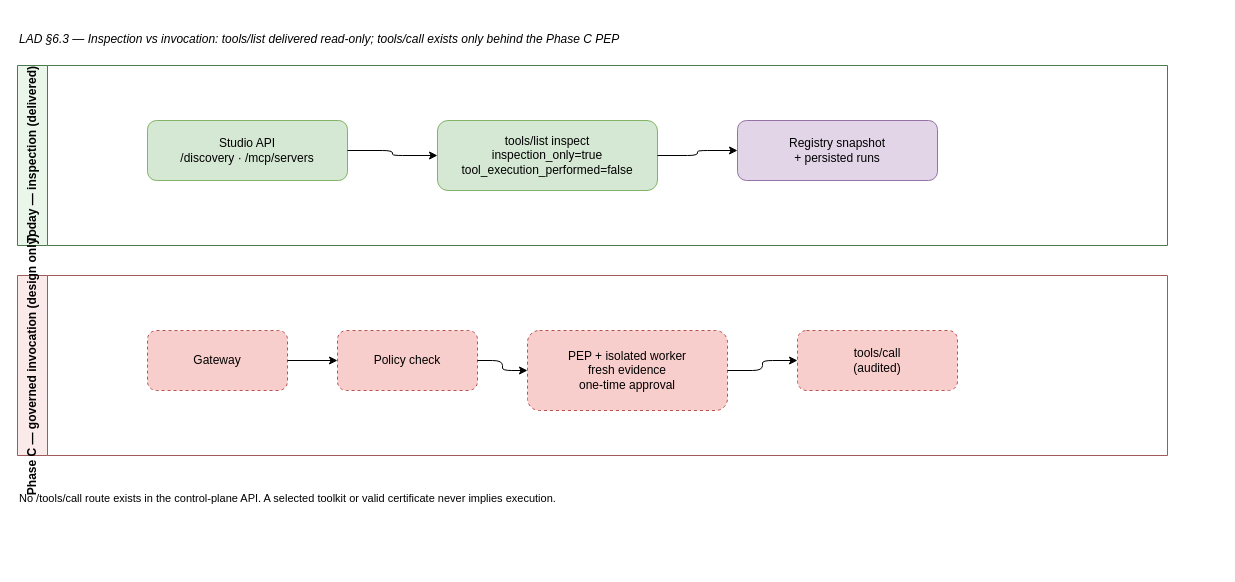
The draw.io diagram page "LAD-04-Inspect-vs-Invoke" (4 of 7) of docs/archi/taas-lad.drawio in msellamiTN/taas-provenance-discovery, before the edit. Source tidied: cells renumbered, new cells numbered last; positions are measured from the earlier drawing's top-left corner, leaving out a move shared by most shapes. Both pictures are drawn from the tidied source at 100%, with x=0, y=0 at pixel (17, 25).
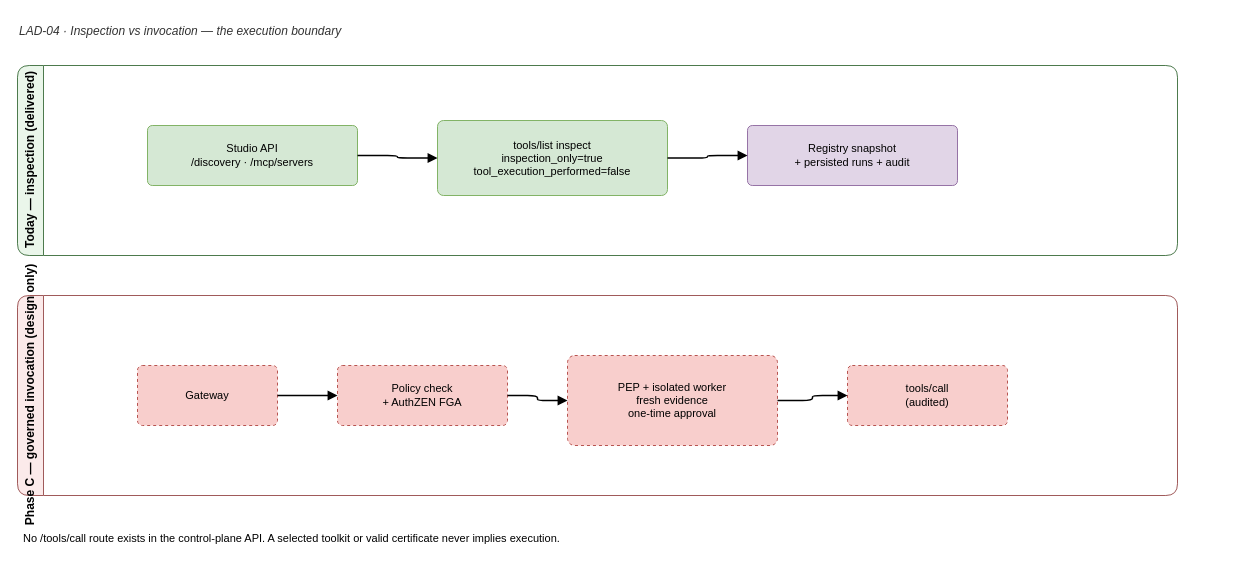
The same page after the edit.

The edit, as a diff of the source:
```diff
@@
 <mxGraphModel>
   <root>
     <mxCell id="0" />
     <mxCell id="1" parent="0" />
-    <mxCell id="2" value="LAD §6.3 — Inspection vs invocation: tools/list delivered read-only; tools/call exists only behind the Phase C PEP" style="text;html=1;fontSize=12;fontStyle=2;" parent="1" vertex="1">
-      <mxGeometry width="1000" height="24" as="geometry" />
-    </mxCell>
+    <mxCell id="18" value="LAD-04 · Inspection vs invocation — the execution boundary" style="text;html=1;fontSize=12;fontStyle=2;fontColor=#333333;" parent="1" vertex="1">
+      <mxGeometry y="-8" width="1200" height="26" as="geometry" />
+    </mxCell>
-    <mxCell id="3" value="Today — inspection (delivered)" style="swimlane;horizontal=0;startSize=30;html=1;fillColor=#eaf6ea;strokeColor=#4d7a4d;fontSize=12;" parent="1" vertex="1">
-      <mxGeometry y="40" width="1150" height="180" as="geometry" />
+    <mxCell id="3" value="Today — inspection (delivered)" style="swimlane;startSize=26;html=1;fontSize=12;fontStyle=1;fillColor=#eaf6ea;strokeColor=#4d7a4d;rounded=1;horizontal=0;" parent="1" vertex="1">
+      <mxGeometry y="40" width="1160" height="190" as="geometry" />
     </mxCell>
-    <mxCell id="4" value="Studio API&lt;br&gt;/discovery · /mcp/servers" style="rounded=1;whiteSpace=wrap;html=1;fillColor=#d5e8d4;strokeColor=#82b366;" parent="3" vertex="1">
-      <mxGeometry x="130" y="55" width="200" height="60" as="geometry" />
+    <mxCell id="4" value="Studio API&lt;br&gt;/discovery · /mcp/servers" style="rounded=1;whiteSpace=wrap;html=1;fontSize=11;arcSize=8;align=center;verticalAlign=middle;fillColor=#d5e8d4;strokeColor=#82b366;" parent="3" vertex="1">
+      <mxGeometry x="130" y="60" width="210" height="60" as="geometry" />
     </mxCell>
-    <mxCell id="5" value="tools/list inspect&lt;br&gt;inspection_only=true&lt;br&gt;tool_execution_performed=false" style="rounded=1;whiteSpace=wrap;html=1;fillColor=#d5e8d4;strokeColor=#82b366;" parent="3" vertex="1">
-      <mxGeometry x="420" y="55" width="220" height="70" as="geometry" />
+    <mxCell id="5" value="tools/list inspect&lt;br&gt;inspection_only=true&lt;br&gt;tool_execution_performed=false" style="rounded=1;whiteSpace=wrap;html=1;fontSize=11;arcSize=8;align=center;verticalAlign=middle;fillColor=#d5e8d4;strokeColor=#82b366;" parent="3" vertex="1">
+      <mxGeometry x="420" y="55" width="230" height="75" as="geometry" />
     </mxCell>
-    <mxCell id="6" value="Registry snapshot&lt;br&gt;+ persisted runs" style="rounded=1;whiteSpace=wrap;html=1;fillColor=#e1d5e7;strokeColor=#9673a6;" parent="3" vertex="1">
-      <mxGeometry x="720" y="55" width="200" height="60" as="geometry" />
-    </mxCell>
+    <mxCell id="19" value="Registry snapshot&lt;br&gt;+ persisted runs + audit" style="rounded=1;whiteSpace=wrap;html=1;fontSize=11;arcSize=8;align=center;verticalAlign=middle;fillColor=#e1d5e7;strokeColor=#9673a6;" parent="3" vertex="1">
+      <mxGeometry x="730" y="60" width="210" height="60" as="geometry" />
+    </mxCell>
-    <mxCell id="7" style="edgeStyle=orthogonalEdgeStyle;rounded=1;html=1;" parent="3" edge="1" source="4" target="5">
+    <mxCell id="7" style="edgeStyle=orthogonalEdgeStyle;rounded=1;html=1;fontSize=10;endArrow=block;strokeWidth=1.5;" parent="1" edge="1" source="4" target="5">
       <mxGeometry relative="1" as="geometry" />
     </mxCell>
-    <mxCell id="8" style="edgeStyle=orthogonalEdgeStyle;rounded=1;html=1;" parent="3" edge="1" source="5" target="6">
-      <mxGeometry relative="1" as="geometry" />
-    </mxCell>
+    <mxCell id="20" style="edgeStyle=orthogonalEdgeStyle;rounded=1;html=1;fontSize=10;endArrow=block;strokeWidth=1.5;" parent="1" edge="1" source="5" target="19">
+      <mxGeometry relative="1" as="geometry" />
+    </mxCell>
-    <mxCell id="9" value="Phase C — governed invocation (design only)" style="swimlane;horizontal=0;startSize=30;html=1;fillColor=#fbeaea;strokeColor=#a05a5a;fontSize=12;" parent="1" vertex="1">
-      <mxGeometry y="250" width="1150" height="180" as="geometry" />
+    <mxCell id="9" value="Phase C — governed invocation (design only)" style="swimlane;startSize=26;html=1;fontSize=12;fontStyle=1;fillColor=#fbeaea;strokeColor=#a05a5a;rounded=1;horizontal=0;" parent="1" vertex="1">
+      <mxGeometry y="270" width="1160" height="200" as="geometry" />
     </mxCell>
-    <mxCell id="10" value="Gateway" style="rounded=1;whiteSpace=wrap;html=1;fillColor=#f8cecc;strokeColor=#b85450;dashed=1;" parent="9" vertex="1">
-      <mxGeometry x="130" y="55" width="140" height="60" as="geometry" />
+    <mxCell id="10" value="Gateway" style="rounded=1;whiteSpace=wrap;html=1;fontSize=11;arcSize=8;align=center;verticalAlign=middle;fillColor=#f8cecc;strokeColor=#b85450;dashed=1;dashPattern=3 3;" parent="9" vertex="1">
+      <mxGeometry x="120" y="70" width="140" height="60" as="geometry" />
     </mxCell>
-    <mxCell id="11" value="Policy check" style="rounded=1;whiteSpace=wrap;html=1;fillColor=#f8cecc;strokeColor=#b85450;dashed=1;" parent="9" vertex="1">
-      <mxGeometry x="320" y="55" width="140" height="60" as="geometry" />
-    </mxCell>
+    <mxCell id="21" value="Policy check&lt;br&gt;+ AuthZEN FGA" style="rounded=1;whiteSpace=wrap;html=1;fontSize=11;arcSize=8;align=center;verticalAlign=middle;fillColor=#f8cecc;strokeColor=#b85450;dashed=1;dashPattern=3 3;" parent="9" vertex="1">
+      <mxGeometry x="320" y="70" width="170" height="60" as="geometry" />
+    </mxCell>
-    <mxCell id="12" value="PEP + isolated worker&lt;br&gt;fresh evidence&lt;br&gt;one-time approval" style="rounded=1;whiteSpace=wrap;html=1;fillColor=#f8cecc;strokeColor=#b85450;dashed=1;" parent="9" vertex="1">
-      <mxGeometry x="510" y="55" width="200" height="80" as="geometry" />
+    <mxCell id="12" value="PEP + isolated worker&lt;br&gt;fresh evidence&lt;br&gt;one-time approval" style="rounded=1;whiteSpace=wrap;html=1;fontSize=11;arcSize=8;align=center;verticalAlign=middle;fillColor=#f8cecc;strokeColor=#b85450;dashed=1;dashPattern=3 3;" parent="9" vertex="1">
+      <mxGeometry x="550" y="60" width="210" height="90" as="geometry" />
     </mxCell>
-    <mxCell id="13" value="tools/call&lt;br&gt;(audited)" style="rounded=1;whiteSpace=wrap;html=1;fillColor=#f8cecc;strokeColor=#b85450;dashed=1;" parent="9" vertex="1">
-      <mxGeometry x="780" y="55" width="160" height="60" as="geometry" />
+    <mxCell id="13" value="tools/call&lt;br&gt;(audited)" style="rounded=1;whiteSpace=wrap;html=1;fontSize=11;arcSize=8;align=center;verticalAlign=middle;fillColor=#f8cecc;strokeColor=#b85450;dashed=1;dashPattern=3 3;" parent="9" vertex="1">
+      <mxGeometry x="830" y="70" width="160" height="60" as="geometry" />
     </mxCell>
-    <mxCell id="14" style="edgeStyle=orthogonalEdgeStyle;rounded=1;html=1;" parent="9" edge="1" source="10" target="11">
-      <mxGeometry relative="1" as="geometry" />
-    </mxCell>
-    <mxCell id="15" style="edgeStyle=orthogonalEdgeStyle;rounded=1;html=1;" parent="9" edge="1" source="11" target="12">
-      <mxGeometry relative="1" as="geometry" />
-    </mxCell>
+    <mxCell id="22" style="edgeStyle=orthogonalEdgeStyle;rounded=1;html=1;fontSize=10;endArrow=block;strokeWidth=1.5;" parent="1" edge="1" source="10" target="21">
+      <mxGeometry relative="1" as="geometry" />
+    </mxCell>
+    <mxCell id="23" style="edgeStyle=orthogonalEdgeStyle;rounded=1;html=1;fontSize=10;endArrow=block;strokeWidth=1.5;" parent="1" edge="1" source="21" target="12">
+      <mxGeometry relative="1" as="geometry" />
+    </mxCell>
-    <mxCell id="16" style="edgeStyle=orthogonalEdgeStyle;rounded=1;html=1;" parent="9" edge="1" source="12" target="13">
+    <mxCell id="16" style="edgeStyle=orthogonalEdgeStyle;rounded=1;html=1;fontSize=10;endArrow=block;strokeWidth=1.5;" parent="1" edge="1" source="12" target="13">
       <mxGeometry relative="1" as="geometry" />
     </mxCell>
-    <mxCell id="17" value="No /tools/call route exists in the control-plane API. A selected toolkit or valid certificate never implies execution." style="text;html=1;fontSize=11;align=left;" parent="1" vertex="1">
-      <mxGeometry y="460" width="900" height="30" as="geometry" />
+    <mxCell id="17" value="No /tools/call route exists in the control-plane API. A selected toolkit or valid certificate never implies execution." style="text;html=1;fontSize=11;align=left;spacingLeft=4;" parent="1" vertex="1">
+      <mxGeometry y="500" width="1200" height="40" as="geometry" />
     </mxCell>
   </root>
 </mxGraphModel>
```
